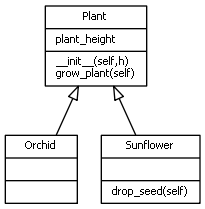
Earlier version of the Graphviz export tmp/class.png (epic342/Assignment-3). Its source is kept beside it as tmp/class.dot.
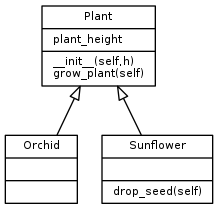
Above is the later version.

Diff of the diagram source:
```diff
@@ -9,21 +9,8 @@
                             fontname = "Sans Not-Rotated 8"
                             fontsize = 8
                         ]
-                    subgraph {
-Orchid [
-label = "{Orchid||}"
-]
-Plant [
-label = "{Plant|plant_height\l|__init__(self,h)\lgrow_plant(self)\l}"
-]
-Sunflower [
-label = "{Sunflower||drop_seed(self)\l}"
-]
-}
 
                     edge [
                         arrowhead = "empty"
                     ]
-                Orchid -> Plant
-Sunflower -> Plant
-}
+                }
```
